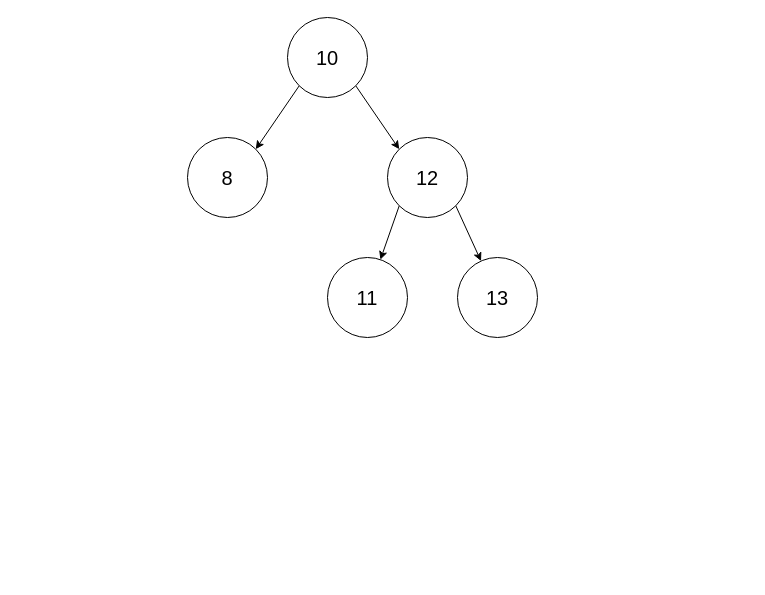
Earlier version of the draw.io diagram binary-tree/btree.drawio (giovane-aG/go-data-structures). Source tidied: cells renumbered, new cells numbered last; positions are measured from the earlier drawing's top-left corner, leaving out a move shared by most shapes. Both pictures are drawn from the tidied source at 100%, with x=0, y=0 at pixel (187, 17).
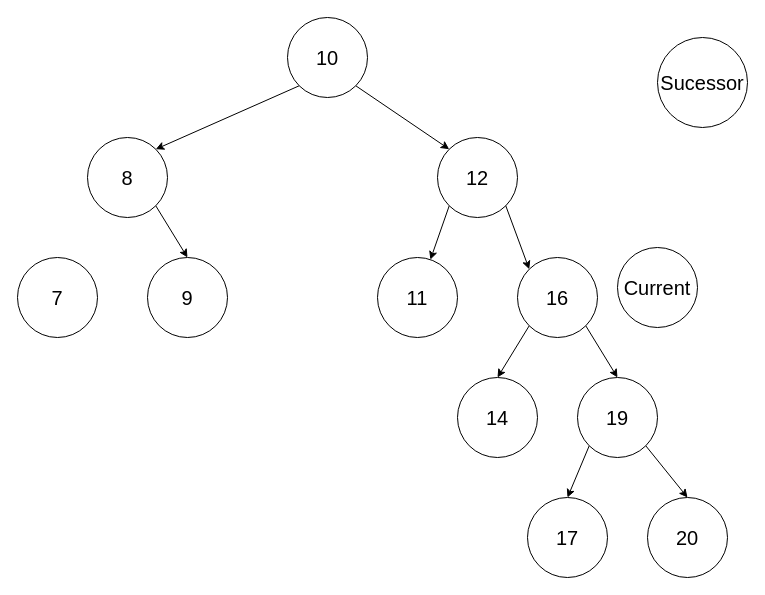
After the change.

Commit message (it also covers changes not shown here):
starts remove feature from binary tree

Change to the diagram source:
```diff
@@
-    <mxCell id="6" style="edgeStyle=none;html=1;exitX=1;exitY=1;exitDx=0;exitDy=0;entryX=0.294;entryY=0.044;entryDx=0;entryDy=0;entryPerimeter=0;" parent="1" edge="1" source="7" target="9">
-      <mxGeometry relative="1" as="geometry" />
-    </mxCell>
     <mxCell id="7" value="&lt;font style=&quot;font-size: 20px&quot;&gt;12&lt;/font&gt;" style="ellipse;whiteSpace=wrap;html=1;" parent="1" vertex="1">
-      <mxGeometry x="200" y="120" width="80" height="80" as="geometry" />
+      <mxGeometry x="250" y="120" width="80" height="80" as="geometry" />
     </mxCell>
+    <mxCell id="11" style="edgeStyle=none;html=1;exitX=1;exitY=1;exitDx=0;exitDy=0;entryX=0.5;entryY=0;entryDx=0;entryDy=0;" parent="1" edge="1" source="8" target="15">
+      <mxGeometry relative="1" as="geometry" />
+    </mxCell>
     <mxCell id="8" value="&lt;font style=&quot;font-size: 20px&quot;&gt;8&lt;/font&gt;" style="ellipse;whiteSpace=wrap;html=1;" parent="1" vertex="1">
-      <mxGeometry y="120" width="80" height="80" as="geometry" />
+      <mxGeometry x="-100" y="120" width="80" height="80" as="geometry" />
     </mxCell>
+    <mxCell id="12" style="edgeStyle=none;html=1;exitX=1;exitY=1;exitDx=0;exitDy=0;entryX=0.5;entryY=0;entryDx=0;entryDy=0;" parent="1" edge="1" source="9" target="20">
+      <mxGeometry relative="1" as="geometry" />
+    </mxCell>
+    <mxCell id="13" style="edgeStyle=none;html=1;exitX=0;exitY=1;exitDx=0;exitDy=0;entryX=0.5;entryY=0;entryDx=0;entryDy=0;" parent="1" edge="1" source="9" target="17">
+      <mxGeometry relative="1" as="geometry" />
+    </mxCell>
-    <mxCell id="9" value="&lt;font style=&quot;font-size: 20px&quot;&gt;13&lt;/font&gt;" style="ellipse;whiteSpace=wrap;html=1;" parent="1" vertex="1">
-      <mxGeometry x="270" y="240" width="80" height="80" as="geometry" />
+    <mxCell id="9" value="&lt;font style=&quot;font-size: 20px&quot;&gt;16&lt;/font&gt;" style="ellipse;whiteSpace=wrap;html=1;" parent="1" vertex="1">
+      <mxGeometry x="330" y="240" width="80" height="80" as="geometry" />
     </mxCell>
     <mxCell id="10" value="&lt;font style=&quot;font-size: 20px&quot;&gt;11&lt;/font&gt;" style="ellipse;whiteSpace=wrap;html=1;" parent="1" vertex="1">
-      <mxGeometry x="140" y="240" width="80" height="80" as="geometry" />
+      <mxGeometry x="190" y="240" width="80" height="80" as="geometry" />
     </mxCell>
+    <mxCell id="14" value="&lt;span style=&quot;font-size: 20px&quot;&gt;7&lt;/span&gt;" style="ellipse;whiteSpace=wrap;html=1;" parent="1" vertex="1">
+      <mxGeometry x="-170" y="240" width="80" height="80" as="geometry" />
+    </mxCell>
+    <mxCell id="15" value="&lt;font style=&quot;font-size: 20px&quot;&gt;9&lt;/font&gt;" style="ellipse;whiteSpace=wrap;html=1;" parent="1" vertex="1">
+      <mxGeometry x="-40" y="240" width="80" height="80" as="geometry" />
+    </mxCell>
+    <mxCell id="6" style="edgeStyle=none;html=1;exitX=1;exitY=1;exitDx=0;exitDy=0;entryX=0;entryY=0;entryDx=0;entryDy=0;" parent="1" edge="1" source="7" target="9">
+      <mxGeometry relative="1" as="geometry" />
+    </mxCell>
+    <mxCell id="16" value="&lt;font style=&quot;font-size: 20px&quot;&gt;Current&lt;/font&gt;" style="ellipse;whiteSpace=wrap;html=1;" parent="1" vertex="1">
+      <mxGeometry x="430" y="230" width="80" height="80" as="geometry" />
+    </mxCell>
+    <mxCell id="17" value="&lt;font style=&quot;font-size: 20px&quot;&gt;14&lt;/font&gt;" style="ellipse;whiteSpace=wrap;html=1;" parent="1" vertex="1">
+      <mxGeometry x="270" y="360" width="80" height="80" as="geometry" />
+    </mxCell>
+    <mxCell id="18" style="edgeStyle=none;html=1;exitX=1;exitY=1;exitDx=0;exitDy=0;entryX=0.5;entryY=0;entryDx=0;entryDy=0;" parent="1" edge="1" source="20" target="21">
+      <mxGeometry relative="1" as="geometry" />
+    </mxCell>
+    <mxCell id="19" style="edgeStyle=none;html=1;exitX=0;exitY=1;exitDx=0;exitDy=0;entryX=0.5;entryY=0;entryDx=0;entryDy=0;" parent="1" edge="1" source="20" target="22">
+      <mxGeometry relative="1" as="geometry" />
+    </mxCell>
+    <mxCell id="20" value="&lt;span style=&quot;font-size: 20px&quot;&gt;19&lt;/span&gt;" style="ellipse;whiteSpace=wrap;html=1;" parent="1" vertex="1">
+      <mxGeometry x="390" y="360" width="80" height="80" as="geometry" />
+    </mxCell>
+    <mxCell id="21" value="&lt;span style=&quot;font-size: 20px&quot;&gt;20&lt;/span&gt;" style="ellipse;whiteSpace=wrap;html=1;" parent="1" vertex="1">
+      <mxGeometry x="460" y="480" width="80" height="80" as="geometry" />
+    </mxCell>
+    <mxCell id="22" value="&lt;span style=&quot;font-size: 20px&quot;&gt;17&lt;/span&gt;" style="ellipse;whiteSpace=wrap;html=1;" parent="1" vertex="1">
+      <mxGeometry x="340" y="480" width="80" height="80" as="geometry" />
+    </mxCell>
+    <mxCell id="23" value="&lt;font style=&quot;font-size: 20px&quot;&gt;Sucessor&lt;/font&gt;" style="ellipse;whiteSpace=wrap;html=1;" parent="1" vertex="1">
+      <mxGeometry x="470" y="20" width="90" height="90" as="geometry" />
+    </mxCell>
```
